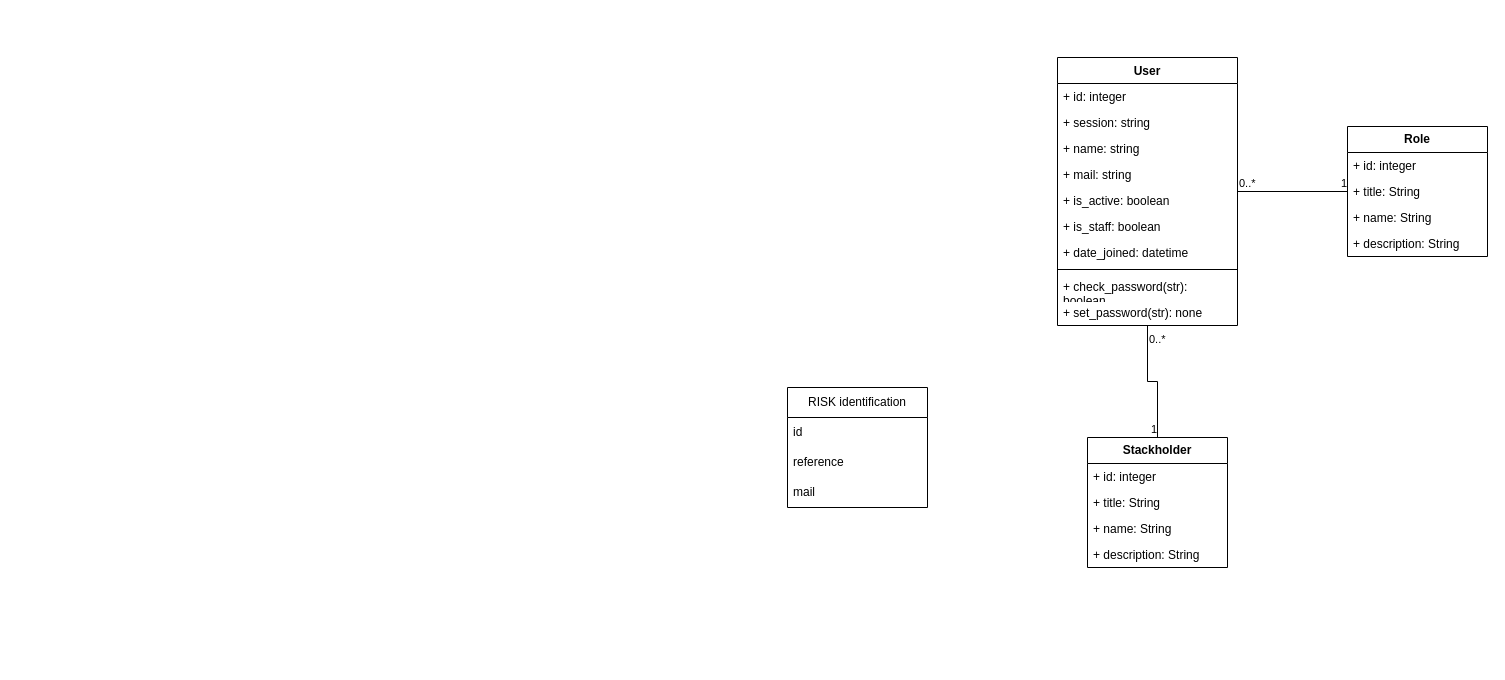
The draw.io diagram riskregistry.drawio in 34arsonEddy/ABM, before the edit. Source tidied: cells renumbered, new cells numbered last; positions are measured from the earlier drawing's top-left corner, leaving out a move shared by most shapes. Both pictures are drawn from the tidied source at 100%, with x=0, y=0 at pixel (787, 57).
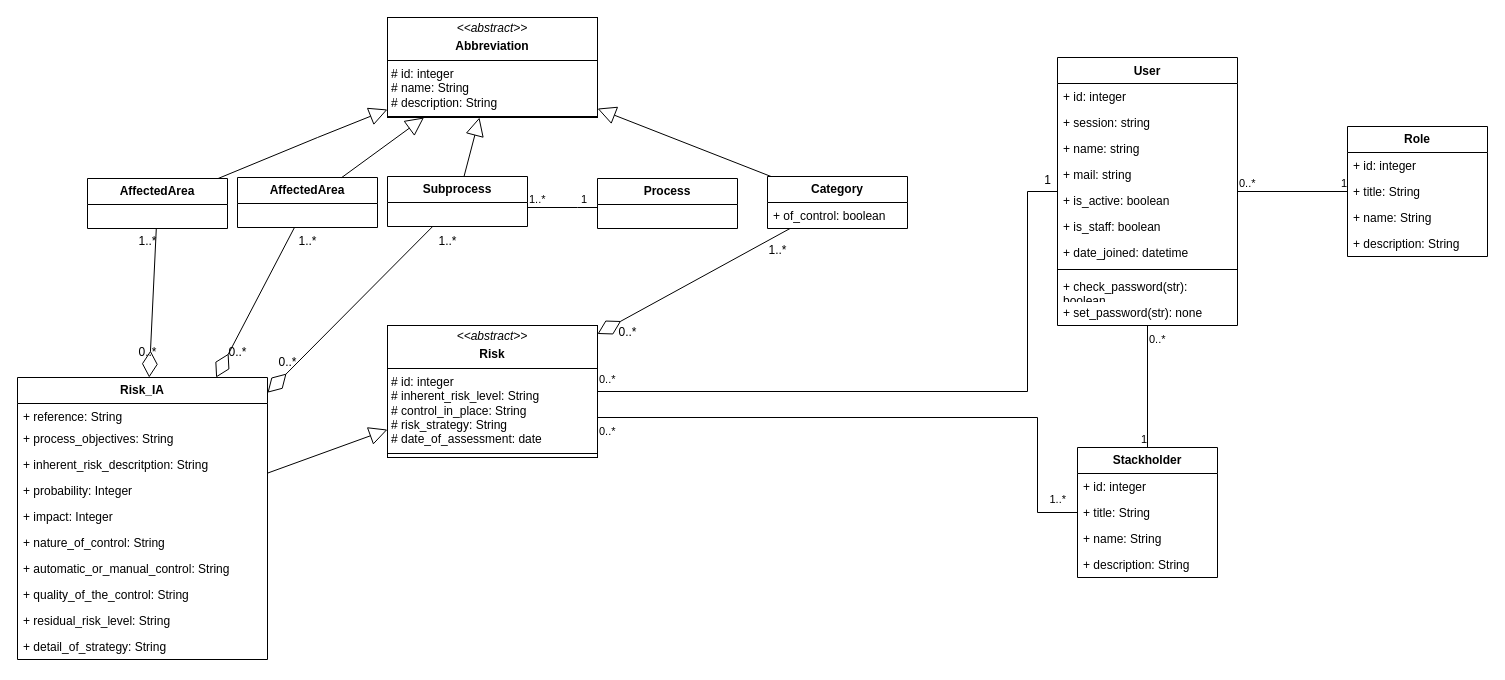
After the change.

Commit message:
Mettre à jour riskregistry.drawio

Unchanged cells that the change refers to:
```xml
<mxCell id="9" value="User" style="swimlane;fontStyle=1;align=center;verticalAlign=top;horizontal=1;startSize=26;whiteSpace=wrap;html=1;" parent="1" vertex="1">
  <mxGeometry x="270" width="180" height="268" as="geometry" />
</mxCell>
```

Diff of the diagram source:
```diff
@@
-    <mxCell id="2" value="RISK identification" style="swimlane;fontStyle=0;horizontal=1;startSize=30;whiteSpace=wrap;html=1;" parent="1" vertex="1">
-      <mxGeometry y="330" width="140" height="120" as="geometry" />
-    </mxCell>
-    <mxCell id="3" value="id" style="text;strokeColor=none;fillColor=none;align=left;verticalAlign=middle;spacingLeft=4;spacingRight=4;overflow=hidden;whiteSpace=wrap;html=1;" parent="2" vertex="1">
-      <mxGeometry y="30" width="140" height="30" as="geometry" />
-    </mxCell>
-    <mxCell id="4" value="reference" style="text;strokeColor=none;fillColor=none;align=left;verticalAlign=middle;spacingLeft=4;spacingRight=4;overflow=hidden;whiteSpace=wrap;html=1;" parent="2" vertex="1">
-      <mxGeometry y="60" width="140" height="30" as="geometry" />
-    </mxCell>
-    <mxCell id="5" value="mail" style="text;strokeColor=none;fillColor=none;align=left;verticalAlign=middle;spacingLeft=4;spacingRight=4;overflow=hidden;whiteSpace=wrap;html=1;" parent="2" vertex="1">
-      <mxGeometry y="90" width="140" height="30" as="geometry" />
-    </mxCell>
@@
     <mxCell id="25" value="&lt;b&gt;Stackholder&lt;/b&gt;" style="swimlane;fontStyle=0;horizontal=1;startSize=26;fillColor=none;whiteSpace=wrap;html=1;" parent="1" vertex="1">
-      <mxGeometry x="300" y="380" width="140" height="130" as="geometry" />
+      <mxGeometry x="290" y="390" width="140" height="130" as="geometry" />
     </mxCell>
@@
+    <mxCell id="33" value="&lt;p style=&quot;margin:0px;margin-top:4px;text-align:center;&quot;&gt;&lt;i&gt;&amp;lt;&amp;lt;abstract&amp;gt;&amp;gt;&lt;/i&gt;&lt;b&gt;&lt;br&gt;&lt;/b&gt;&lt;/p&gt;&lt;p style=&quot;margin:0px;margin-top:4px;text-align:center;&quot;&gt;&lt;b&gt;Risk&lt;/b&gt;&lt;br&gt;&lt;/p&gt;&lt;hr size=&quot;1&quot; style=&quot;border-style:solid;&quot;&gt;&lt;p style=&quot;margin:0px;margin-left:4px;&quot;&gt;# id: integer&lt;br&gt;# inherent_risk_level: String&lt;/p&gt;&lt;p style=&quot;margin:0px;margin-left:4px;&quot;&gt;# control_in_place: String&lt;/p&gt;&lt;p style=&quot;margin:0px;margin-left:4px;&quot;&gt;# risk_strategy: String&lt;/p&gt;&lt;p style=&quot;margin:0px;margin-left:4px;&quot;&gt;# date_of_assessment: date&lt;/p&gt;&lt;hr size=&quot;1&quot; style=&quot;border-style:solid;&quot;&gt;&lt;p style=&quot;margin:0px;margin-left:4px;&quot;&gt;&lt;br&gt;&lt;/p&gt;" style="verticalAlign=top;align=left;overflow=fill;html=1;whiteSpace=wrap;" parent="1" vertex="1">
+      <mxGeometry x="-400" y="268" width="210" height="132" as="geometry" />
+    </mxCell>
+    <mxCell id="34" style="endArrow=none;html=1;edgeStyle=orthogonalEdgeStyle;rounded=0;" parent="1" edge="1" source="9" target="33">
+      <mxGeometry relative="1" as="geometry">
+        <Array as="points">
+          <mxPoint x="240" y="134" />
+          <mxPoint x="240" y="334" />
+        </Array>
+      </mxGeometry>
+    </mxCell>
+    <mxCell id="35" value="0..*" style="edgeLabel;html=1;align=left;verticalAlign=bottom;" parent="34" vertex="1">
+      <mxGeometry x="-1" relative="1" as="geometry">
+        <mxPoint x="-460" y="196" as="offset" />
+      </mxGeometry>
+    </mxCell>
+    <mxCell id="36" style="endArrow=none;html=1;edgeStyle=orthogonalEdgeStyle;rounded=0;" parent="1" edge="1" source="33" target="25">
+      <mxGeometry relative="1" as="geometry">
+        <Array as="points">
+          <mxPoint x="250" y="360" />
+          <mxPoint x="250" y="455" />
+        </Array>
+      </mxGeometry>
+    </mxCell>
+    <mxCell id="37" value="0..*" style="edgeLabel;html=1;align=left;verticalAlign=bottom;" parent="36" vertex="1">
+      <mxGeometry x="-1" relative="1" as="geometry">
+        <mxPoint y="22" as="offset" />
+      </mxGeometry>
+    </mxCell>
+    <mxCell id="38" value="1..*" style="edgeLabel;html=1;align=right;verticalAlign=bottom;" parent="36" vertex="1">
+      <mxGeometry x="1" relative="1" as="geometry">
+        <mxPoint x="-11" y="-5" as="offset" />
+      </mxGeometry>
+    </mxCell>
+    <mxCell id="39" value="&lt;p style=&quot;margin:0px;margin-top:4px;text-align:center;&quot;&gt;&lt;i&gt;&amp;lt;&amp;lt;abstract&amp;gt;&amp;gt;&lt;/i&gt;&lt;b&gt;&lt;br&gt;&lt;/b&gt;&lt;/p&gt;&lt;p style=&quot;margin:0px;margin-top:4px;text-align:center;&quot;&gt;&lt;b&gt;Abbreviation&lt;/b&gt;&lt;br&gt;&lt;/p&gt;&lt;hr size=&quot;1&quot; style=&quot;border-style:solid;&quot;&gt;&lt;p style=&quot;margin:0px;margin-left:4px;&quot;&gt;# id: integer&lt;br&gt;# name: String&lt;/p&gt;&lt;p style=&quot;margin:0px;margin-left:4px;&quot;&gt;# description: String&lt;/p&gt;&lt;hr size=&quot;1&quot; style=&quot;border-style:solid;&quot;&gt;" style="verticalAlign=top;align=left;overflow=fill;html=1;whiteSpace=wrap;" parent="1" vertex="1">
+      <mxGeometry x="-400" y="-40" width="210" height="100" as="geometry" />
+    </mxCell>
+    <mxCell id="40" value="&lt;b&gt;Risk_IA&lt;/b&gt;" style="swimlane;fontStyle=0;horizontal=1;startSize=26;fillColor=none;whiteSpace=wrap;html=1;" parent="1" vertex="1">
+      <mxGeometry x="-770" y="320" width="250" height="282" as="geometry" />
+    </mxCell>
+    <mxCell id="41" value="+ reference: String" style="text;strokeColor=none;fillColor=none;align=left;verticalAlign=top;spacingLeft=4;spacingRight=4;overflow=hidden;whiteSpace=wrap;html=1;" parent="40" vertex="1">
+      <mxGeometry y="26" width="250" height="22" as="geometry" />
+    </mxCell>
+    <mxCell id="42" value="+ process_objectives: String" style="text;strokeColor=none;fillColor=none;align=left;verticalAlign=top;spacingLeft=4;spacingRight=4;overflow=hidden;whiteSpace=wrap;html=1;" parent="40" vertex="1">
+      <mxGeometry y="48" width="250" height="26" as="geometry" />
+    </mxCell>
+    <mxCell id="43" value="+ inherent_risk_descritption: String" style="text;strokeColor=none;fillColor=none;align=left;verticalAlign=top;spacingLeft=4;spacingRight=4;overflow=hidden;whiteSpace=wrap;html=1;" parent="40" vertex="1">
+      <mxGeometry y="74" width="250" height="26" as="geometry" />
+    </mxCell>
+    <mxCell id="44" value="+ probability: Integer" style="text;strokeColor=none;fillColor=none;align=left;verticalAlign=top;spacingLeft=4;spacingRight=4;overflow=hidden;whiteSpace=wrap;html=1;" parent="40" vertex="1">
+      <mxGeometry y="100" width="250" height="26" as="geometry" />
+    </mxCell>
+    <mxCell id="45" value="+ impact: Integer" style="text;strokeColor=none;fillColor=none;align=left;verticalAlign=top;spacingLeft=4;spacingRight=4;overflow=hidden;whiteSpace=wrap;html=1;" parent="40" vertex="1">
+      <mxGeometry y="126" width="250" height="26" as="geometry" />
+    </mxCell>
+    <mxCell id="46" value="+ nature_of_control: String" style="text;strokeColor=none;fillColor=none;align=left;verticalAlign=top;spacingLeft=4;spacingRight=4;overflow=hidden;whiteSpace=wrap;html=1;" parent="40" vertex="1">
+      <mxGeometry y="152" width="250" height="26" as="geometry" />
+    </mxCell>
+    <mxCell id="47" value="+ automatic_or_manual_control: String" style="text;strokeColor=none;fillColor=none;align=left;verticalAlign=top;spacingLeft=4;spacingRight=4;overflow=hidden;whiteSpace=wrap;html=1;" parent="40" vertex="1">
+      <mxGeometry y="178" width="250" height="26" as="geometry" />
+    </mxCell>
+    <mxCell id="48" value="+ quality_of_the_control: String" style="text;strokeColor=none;fillColor=none;align=left;verticalAlign=top;spacingLeft=4;spacingRight=4;overflow=hidden;whiteSpace=wrap;html=1;" parent="40" vertex="1">
+      <mxGeometry y="204" width="250" height="26" as="geometry" />
+    </mxCell>
+    <mxCell id="49" value="+ residual_risk_level: String" style="text;strokeColor=none;fillColor=none;align=left;verticalAlign=top;spacingLeft=4;spacingRight=4;overflow=hidden;whiteSpace=wrap;html=1;" parent="40" vertex="1">
+      <mxGeometry y="230" width="250" height="26" as="geometry" />
+    </mxCell>
+    <mxCell id="50" value="+ detail_of_strategy: String" style="text;strokeColor=none;fillColor=none;align=left;verticalAlign=top;spacingLeft=4;spacingRight=4;overflow=hidden;whiteSpace=wrap;html=1;" parent="40" vertex="1">
+      <mxGeometry y="256" width="250" height="26" as="geometry" />
+    </mxCell>
+    <mxCell id="51" style="endArrow=block;endSize=16;endFill=0;html=1;rounded=0;" parent="1" edge="1" source="40" target="33">
+      <mxGeometry relative="1" as="geometry" />
+    </mxCell>
+    <mxCell id="52" value="&lt;b&gt;Process&lt;/b&gt;" style="swimlane;fontStyle=0;horizontal=1;startSize=26;fillColor=none;whiteSpace=wrap;html=1;" parent="1" vertex="1">
+      <mxGeometry x="-190" y="121" width="140" height="50" as="geometry" />
+    </mxCell>
+    <mxCell id="53" value="&lt;b&gt;Subprocess&lt;/b&gt;" style="swimlane;fontStyle=0;horizontal=1;startSize=26;fillColor=none;whiteSpace=wrap;html=1;" parent="1" vertex="1">
+      <mxGeometry x="-400" y="119" width="140" height="50" as="geometry" />
+    </mxCell>
+    <mxCell id="54" value="&lt;b&gt;AffectedArea&lt;/b&gt;" style="swimlane;fontStyle=0;horizontal=1;startSize=26;fillColor=none;whiteSpace=wrap;html=1;" parent="1" vertex="1">
+      <mxGeometry x="-550" y="120" width="140" height="50" as="geometry" />
+    </mxCell>
+    <mxCell id="55" value="&lt;b&gt;AffectedArea&lt;/b&gt;" style="swimlane;fontStyle=0;horizontal=1;startSize=26;fillColor=none;whiteSpace=wrap;html=1;" parent="1" vertex="1">
+      <mxGeometry x="-700" y="121" width="140" height="50" as="geometry" />
+    </mxCell>
+    <mxCell id="56" value="&lt;b&gt;Category&lt;/b&gt;" style="swimlane;fontStyle=0;horizontal=1;startSize=26;fillColor=none;whiteSpace=wrap;html=1;" parent="1" vertex="1">
+      <mxGeometry x="-20" y="119" width="140" height="52" as="geometry" />
+    </mxCell>
+    <mxCell id="57" value="+ of_control: boolean" style="text;strokeColor=none;fillColor=none;align=left;verticalAlign=top;spacingLeft=4;spacingRight=4;overflow=hidden;whiteSpace=wrap;html=1;" parent="56" vertex="1">
+      <mxGeometry y="26" width="140" height="26" as="geometry" />
+    </mxCell>
+    <mxCell id="58" value="1" style="text;html=1;align=center;verticalAlign=middle;strokeColor=none;fillColor=none;" parent="1" vertex="1">
+      <mxGeometry x="245" y="108" width="30" height="30" as="geometry" />
+    </mxCell>
+    <mxCell id="59" style="endArrow=none;html=1;edgeStyle=orthogonalEdgeStyle;rounded=0;" parent="1" edge="1" source="53" target="52">
+      <mxGeometry relative="1" as="geometry">
+        <Array as="points">
+          <mxPoint x="-210" y="150" />
+          <mxPoint x="-210" y="150" />
+        </Array>
+      </mxGeometry>
+    </mxCell>
+    <mxCell id="60" value="1..*" style="edgeLabel;html=1;align=left;verticalAlign=bottom;" parent="59" vertex="1">
+      <mxGeometry x="-1" relative="1" as="geometry" />
+    </mxCell>
+    <mxCell id="61" value="1" style="edgeLabel;html=1;align=right;verticalAlign=bottom;" parent="59" vertex="1">
+      <mxGeometry x="1" relative="1" as="geometry">
+        <mxPoint x="-10" as="offset" />
+      </mxGeometry>
+    </mxCell>
+    <mxCell id="62" style="endArrow=block;endSize=16;endFill=0;html=1;rounded=0;" parent="1" edge="1" source="55" target="39">
+      <mxGeometry relative="1" as="geometry">
+        <Array as="points">
+          <mxPoint x="-470" y="80" />
+        </Array>
+      </mxGeometry>
+    </mxCell>
+    <mxCell id="63" style="endArrow=block;endSize=16;endFill=0;html=1;rounded=0;" parent="1" edge="1" source="53" target="39">
+      <mxGeometry relative="1" as="geometry" />
+    </mxCell>
+    <mxCell id="64" style="endArrow=block;endSize=16;endFill=0;html=1;rounded=0;" parent="1" edge="1" source="54" target="39">
+      <mxGeometry relative="1" as="geometry" />
+    </mxCell>
+    <mxCell id="65" style="endArrow=block;endSize=16;endFill=0;html=1;rounded=0;" parent="1" edge="1" source="56" target="39">
+      <mxGeometry relative="1" as="geometry" />
+    </mxCell>
+    <mxCell id="66" style="endArrow=diamondThin;endFill=0;endSize=24;html=1;rounded=0;" parent="1" edge="1" source="56" target="33">
+      <mxGeometry relative="1" as="geometry" />
+    </mxCell>
+    <mxCell id="67" value="1..*" style="text;html=1;align=center;verticalAlign=middle;strokeColor=none;fillColor=none;" parent="1" vertex="1">
+      <mxGeometry x="-30" y="178" width="40" height="30" as="geometry" />
+    </mxCell>
+    <mxCell id="68" value="0..*" style="text;html=1;align=center;verticalAlign=middle;strokeColor=none;fillColor=none;" parent="1" vertex="1">
+      <mxGeometry x="-180" y="260" width="40" height="30" as="geometry" />
+    </mxCell>
+    <mxCell id="69" style="endArrow=diamondThin;endFill=0;endSize=24;html=1;rounded=0;" parent="1" edge="1" source="55" target="40">
+      <mxGeometry relative="1" as="geometry" />
+    </mxCell>
+    <mxCell id="70" style="endArrow=diamondThin;endFill=0;endSize=24;html=1;rounded=0;" parent="1" edge="1" source="54" target="40">
+      <mxGeometry relative="1" as="geometry" />
+    </mxCell>
+    <mxCell id="71" style="endArrow=diamondThin;endFill=0;endSize=24;html=1;rounded=0;" parent="1" edge="1" source="53" target="40">
+      <mxGeometry relative="1" as="geometry" />
+    </mxCell>
+    <mxCell id="72" value="0..*" style="text;html=1;align=center;verticalAlign=middle;strokeColor=none;fillColor=none;" parent="1" vertex="1">
+      <mxGeometry x="-520" y="290" width="40" height="30" as="geometry" />
+    </mxCell>
+    <mxCell id="73" value="1..*" style="text;html=1;align=center;verticalAlign=middle;strokeColor=none;fillColor=none;" parent="1" vertex="1">
+      <mxGeometry x="-360" y="169" width="40" height="30" as="geometry" />
+    </mxCell>
+    <mxCell id="74" value="1..*" style="text;html=1;align=center;verticalAlign=middle;strokeColor=none;fillColor=none;" parent="1" vertex="1">
+      <mxGeometry x="-500" y="169" width="40" height="30" as="geometry" />
+    </mxCell>
+    <mxCell id="75" value="0..*" style="text;html=1;align=center;verticalAlign=middle;strokeColor=none;fillColor=none;" parent="1" vertex="1">
+      <mxGeometry x="-570" y="280" width="40" height="30" as="geometry" />
+    </mxCell>
+    <mxCell id="76" value="0..*" style="text;html=1;align=center;verticalAlign=middle;strokeColor=none;fillColor=none;" parent="1" vertex="1">
+      <mxGeometry x="-660" y="280" width="40" height="30" as="geometry" />
+    </mxCell>
+    <mxCell id="77" value="1..*" style="text;html=1;align=center;verticalAlign=middle;strokeColor=none;fillColor=none;" parent="1" vertex="1">
+      <mxGeometry x="-660" y="169" width="40" height="30" as="geometry" />
+    </mxCell>
```
